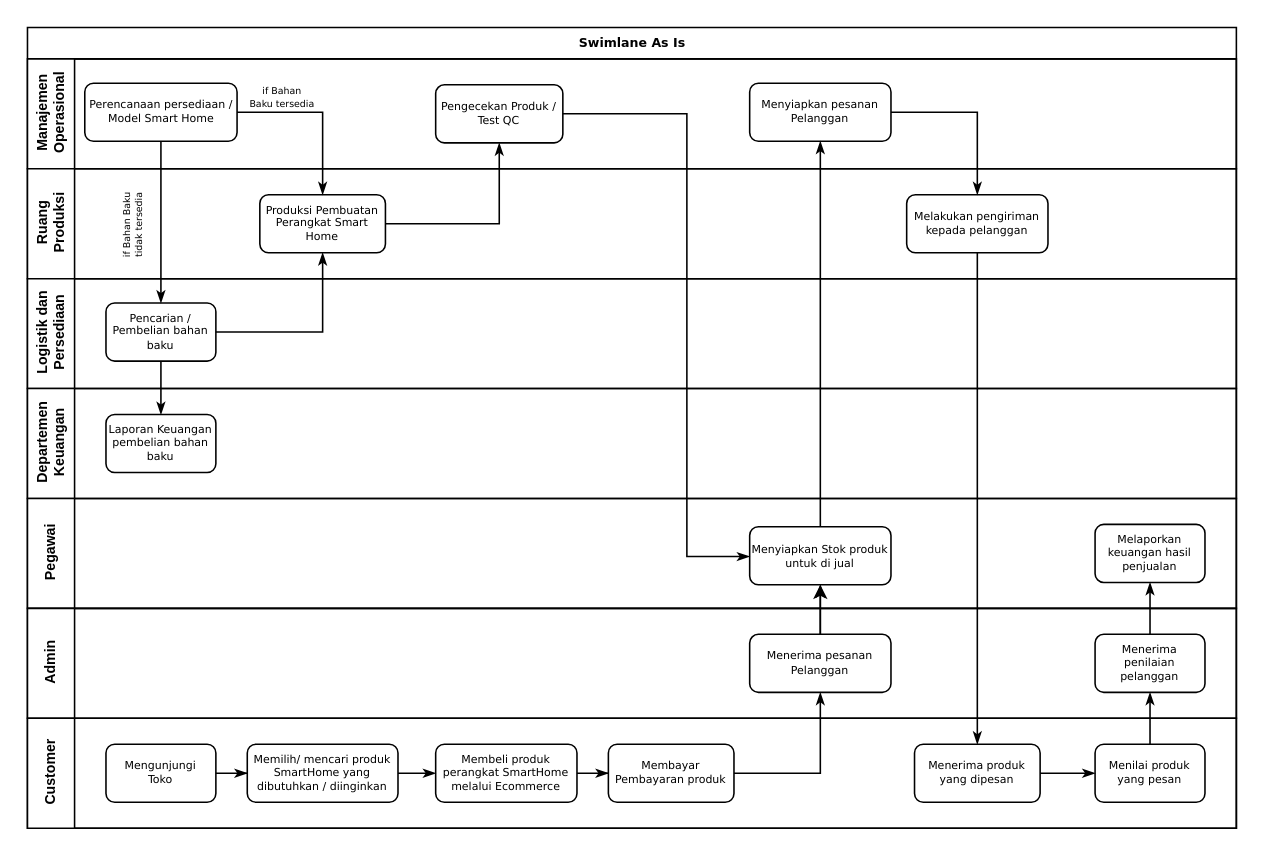
This is Swimlane As Is.drawio from AzfaHuwaiza/swimlane, a draw.io file, before an edit. Source tidied: cells renumbered, new cells numbered last; positions are measured from the earlier drawing's top-left corner, leaving out a move shared by most shapes. Both pictures are drawn from the tidied source at 157%, with x=0, y=0 at pixel (27, 27).
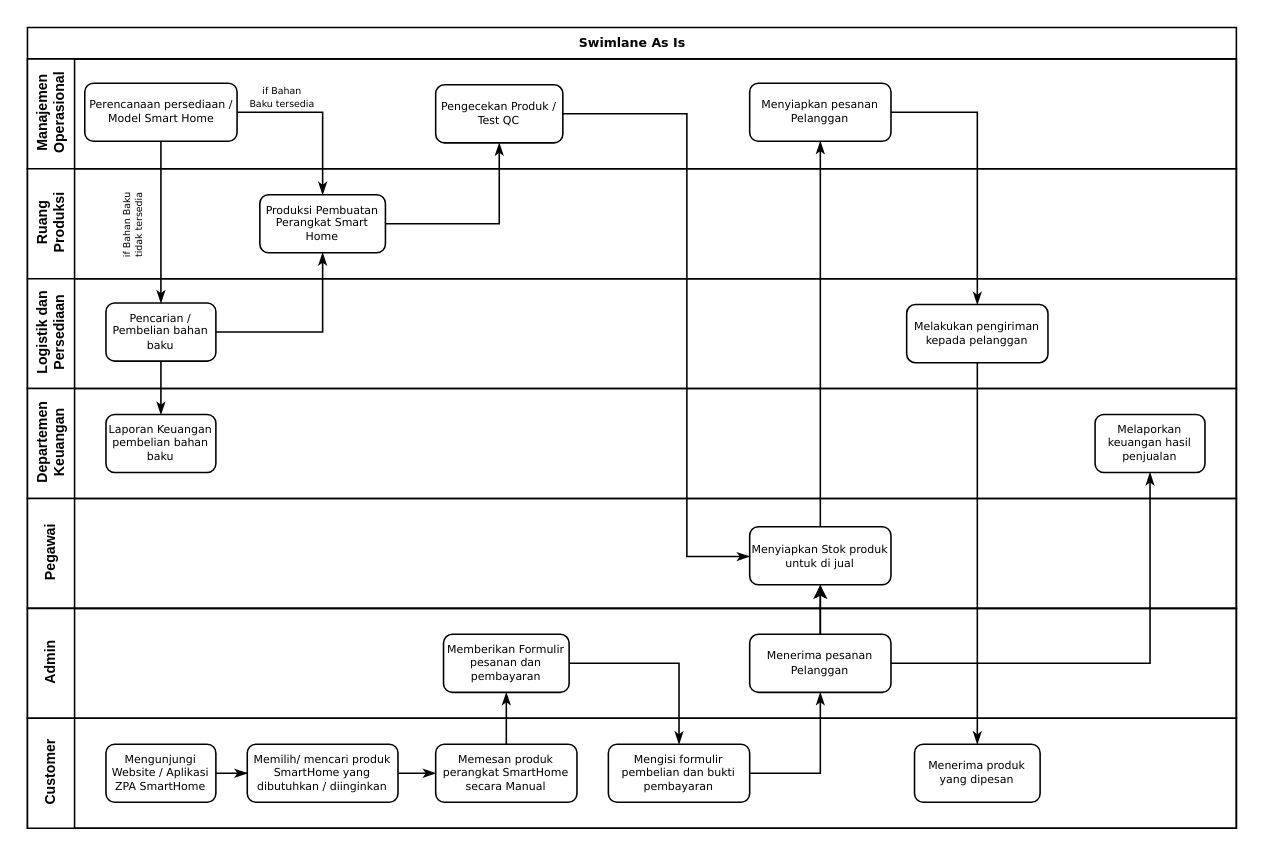
After the change.

The change refers to these unchanged cells:
```xml
<mxCell id="2" value="Swimlane As Is" style="swimlane;html=1;horizontal=1;startSize=20;rounded=0;shadow=0;labelBackgroundColor=none;strokeWidth=1;fontFamily=Verdana;fontSize=8;align=center;" parent="1" vertex="1">
  <mxGeometry width="770" height="510" as="geometry" />
</mxCell>
<mxCell id="7" value="Ruang&lt;br style=&quot;font-size: 9px;&quot;&gt;Produksi" style="swimlane;html=1;startSize=30;horizontal=0;fontSize=9;" parent="2" vertex="1">
  <mxGeometry y="90" width="770" height="70" as="geometry" />
</mxCell>
<mxCell id="10" value="Logistik dan&lt;br style=&quot;font-size: 9px;&quot;&gt;Persediaan" style="swimlane;html=1;startSize=30;horizontal=0;fontSize=9;" parent="2" vertex="1">
  <mxGeometry y="160" width="770" height="70" as="geometry" />
</mxCell>
<mxCell id="12" value="Departemen&lt;br style=&quot;border-color: var(--border-color);&quot;&gt;Keuangan" style="swimlane;html=1;startSize=30;horizontal=0;fontSize=9;" parent="2" vertex="1">
  <mxGeometry y="230" width="770" height="70" as="geometry" />
</mxCell>
<mxCell id="14" value="Pegawai" style="swimlane;html=1;startSize=30;horizontal=0;fontSize=9;" parent="2" vertex="1">
  <mxGeometry y="300" width="770" height="70" as="geometry" />
</mxCell>
<mxCell id="22" value="Admin" style="swimlane;html=1;startSize=30;horizontal=0;fontSize=9;" parent="2" vertex="1">
  <mxGeometry y="370" width="770" height="70" as="geometry" />
</mxCell>
<mxCell id="23" value="Menerima pesanan Pelanggan" style="rounded=1;whiteSpace=wrap;html=1;shadow=0;labelBackgroundColor=none;strokeWidth=1;fontFamily=Verdana;fontSize=7;align=center;" parent="22" vertex="1">
  <mxGeometry x="460" y="16.5" width="90" height="37" as="geometry" />
</mxCell>
<mxCell id="25" value="Customer" style="swimlane;html=1;startSize=30;horizontal=0;fontSize=9;" parent="2" vertex="1">
  <mxGeometry y="440" width="770" height="70" as="geometry" />
</mxCell>
<mxCell id="33" value="Menerima produk yang dipesan" style="rounded=1;whiteSpace=wrap;html=1;shadow=0;labelBackgroundColor=none;strokeWidth=1;fontFamily=Verdana;fontSize=7;align=center;" parent="25" vertex="1">
  <mxGeometry x="565" y="16.5" width="80" height="37" as="geometry" />
</mxCell>
```

Diff of the diagram source:
```diff
@@
-    <mxCell id="9" value="Melakukan pengiriman kepada pelanggan" style="rounded=1;whiteSpace=wrap;html=1;shadow=0;labelBackgroundColor=none;strokeWidth=1;fontFamily=Verdana;fontSize=7;align=center;" parent="7" vertex="1">
-      <mxGeometry x="560" y="16.5" width="90" height="37" as="geometry" />
-    </mxCell>
@@
+    <mxCell id="9" value="Melakukan pengiriman kepada pelanggan" style="rounded=1;whiteSpace=wrap;html=1;shadow=0;labelBackgroundColor=none;strokeWidth=1;fontFamily=Verdana;fontSize=7;align=center;" parent="10" vertex="1">
+      <mxGeometry x="560" y="16.5" width="90" height="37" as="geometry" />
+    </mxCell>
@@
+    <mxCell id="16" value="Melaporkan keuangan hasil penjualan" style="rounded=1;whiteSpace=wrap;html=1;shadow=0;labelBackgroundColor=none;strokeWidth=1;fontFamily=Verdana;fontSize=7;align=center;" parent="12" vertex="1">
+      <mxGeometry x="680" y="16.5" width="70" height="37" as="geometry" />
+    </mxCell>
@@
-    <mxCell id="16" value="Melaporkan keuangan hasil penjualan" style="rounded=1;whiteSpace=wrap;html=1;shadow=0;labelBackgroundColor=none;strokeWidth=1;fontFamily=Verdana;fontSize=7;align=center;" parent="14" vertex="1">
-      <mxGeometry x="680" y="16.5" width="70" height="37" as="geometry" />
-    </mxCell>
@@
-    <mxCell id="24" value="Menerima penilaian pelanggan" style="rounded=1;whiteSpace=wrap;html=1;shadow=0;labelBackgroundColor=none;strokeWidth=1;fontFamily=Verdana;fontSize=7;align=center;" parent="22" vertex="1">
-      <mxGeometry x="680" y="16.5" width="70" height="37" as="geometry" />
-    </mxCell>
+    <mxCell id="31" value="Memberikan Formulir pesanan dan pembayaran" style="rounded=1;whiteSpace=wrap;html=1;shadow=0;labelBackgroundColor=none;strokeWidth=1;fontFamily=Verdana;fontSize=7;align=center;" parent="22" vertex="1">
+      <mxGeometry x="265" y="16.5" width="80" height="37" as="geometry" />
+    </mxCell>
@@
-    <mxCell id="26" value="Mengunjungi&lt;br&gt;Toko" style="rounded=1;whiteSpace=wrap;html=1;shadow=0;labelBackgroundColor=none;strokeWidth=1;fontFamily=Verdana;fontSize=7;align=center;" parent="25" vertex="1">
+    <mxCell id="26" value="Mengunjungi&lt;br&gt;Website / Aplikasi ZPA SmartHome" style="rounded=1;whiteSpace=wrap;html=1;shadow=0;labelBackgroundColor=none;strokeWidth=1;fontFamily=Verdana;fontSize=7;align=center;" parent="25" vertex="1">
       <mxGeometry x="50" y="16.5" width="70" height="37" as="geometry" />
     </mxCell>
@@
-    <mxCell id="29" value="Membeli produk perangkat SmartHome melalui Ecommerce" style="rounded=1;whiteSpace=wrap;html=1;shadow=0;labelBackgroundColor=none;strokeWidth=1;fontFamily=Verdana;fontSize=7;align=center;" parent="25" vertex="1">
+    <mxCell id="29" value="Memesan produk perangkat SmartHome secara Manual" style="rounded=1;whiteSpace=wrap;html=1;shadow=0;labelBackgroundColor=none;strokeWidth=1;fontFamily=Verdana;fontSize=7;align=center;" parent="25" vertex="1">
       <mxGeometry x="260" y="16.5" width="90" height="37" as="geometry" />
     </mxCell>
@@
-    <mxCell id="31" value="Membayar Pembayaran produk" style="rounded=1;whiteSpace=wrap;html=1;shadow=0;labelBackgroundColor=none;strokeWidth=1;fontFamily=Verdana;fontSize=7;align=center;" parent="25" vertex="1">
-      <mxGeometry x="370" y="16.5" width="80" height="37" as="geometry" />
-    </mxCell>
-    <mxCell id="32" style="edgeStyle=orthogonalEdgeStyle;rounded=0;html=1;labelBackgroundColor=none;startArrow=none;startFill=0;startSize=5;endArrow=classicThin;endFill=1;endSize=5;jettySize=auto;strokeWidth=1;fontFamily=Verdana;fontSize=6;verticalAlign=middle;horizontal=0;" parent="25" edge="1" source="29" target="31">
-      <mxGeometry relative="1" as="geometry" />
-    </mxCell>
@@
-    <mxCell id="34" value="Menilai produk yang pesan" style="rounded=1;whiteSpace=wrap;html=1;shadow=0;labelBackgroundColor=none;strokeWidth=1;fontFamily=Verdana;fontSize=7;align=center;" parent="25" vertex="1">
-      <mxGeometry x="680" y="16.5" width="70" height="37" as="geometry" />
-    </mxCell>
-    <mxCell id="35" style="edgeStyle=orthogonalEdgeStyle;rounded=0;html=1;labelBackgroundColor=none;startArrow=none;startFill=0;startSize=5;endArrow=classicThin;endFill=1;endSize=5;jettySize=auto;strokeWidth=1;fontFamily=Verdana;fontSize=6;verticalAlign=middle;horizontal=0;" parent="25" edge="1" source="33" target="34">
-      <mxGeometry relative="1" as="geometry" />
-    </mxCell>
+    <mxCell id="45" value="Mengisi formulir pembelian dan bukti pembayaran" style="rounded=1;whiteSpace=wrap;html=1;shadow=0;labelBackgroundColor=none;strokeWidth=1;fontFamily=Verdana;fontSize=7;align=center;" parent="25" vertex="1">
+      <mxGeometry x="370" y="16.5" width="90" height="37" as="geometry" />
+    </mxCell>
@@
-    <mxCell id="39" style="edgeStyle=orthogonalEdgeStyle;rounded=0;html=1;labelBackgroundColor=none;startArrow=none;startFill=0;startSize=5;endArrow=classicThin;endFill=1;endSize=5;jettySize=auto;strokeWidth=1;fontFamily=Verdana;fontSize=6;verticalAlign=middle;horizontal=0;" parent="2" edge="1" source="31" target="23">
-      <mxGeometry relative="1" as="geometry">
-        <Array as="points">
-          <mxPoint x="505" y="475" />
-        </Array>
-      </mxGeometry>
-    </mxCell>
@@
-    <mxCell id="43" style="edgeStyle=orthogonalEdgeStyle;rounded=0;html=1;labelBackgroundColor=none;startArrow=none;startFill=0;startSize=5;endArrow=classicThin;endFill=1;endSize=5;jettySize=auto;strokeWidth=1;fontFamily=Verdana;fontSize=6;verticalAlign=middle;horizontal=0;" parent="2" edge="1" source="34" target="24">
-      <mxGeometry relative="1" as="geometry" />
-    </mxCell>
-    <mxCell id="44" style="edgeStyle=orthogonalEdgeStyle;rounded=0;html=1;labelBackgroundColor=none;startArrow=none;startFill=0;startSize=5;endArrow=classicThin;endFill=1;endSize=5;jettySize=auto;strokeWidth=1;fontFamily=Verdana;fontSize=6;verticalAlign=middle;horizontal=0;" parent="2" edge="1" source="24" target="16">
-      <mxGeometry relative="1" as="geometry" />
-    </mxCell>
+    <mxCell id="32" style="edgeStyle=orthogonalEdgeStyle;rounded=0;html=1;labelBackgroundColor=none;startArrow=none;startFill=0;startSize=5;endArrow=classicThin;endFill=1;endSize=5;jettySize=auto;strokeWidth=1;fontFamily=Verdana;fontSize=6;verticalAlign=middle;horizontal=0;" parent="2" edge="1" source="29" target="31">
+      <mxGeometry relative="1" as="geometry" />
+    </mxCell>
+    <mxCell id="46" style="edgeStyle=orthogonalEdgeStyle;rounded=0;html=1;labelBackgroundColor=none;startArrow=none;startFill=0;startSize=5;endArrow=classicThin;endFill=1;endSize=5;jettySize=auto;strokeWidth=1;fontFamily=Verdana;fontSize=6;verticalAlign=middle;horizontal=0;entryX=0.5;entryY=0;entryDx=0;entryDy=0;" parent="2" edge="1" source="31" target="45">
+      <mxGeometry relative="1" as="geometry" />
+    </mxCell>
+    <mxCell id="47" style="edgeStyle=orthogonalEdgeStyle;rounded=0;html=1;labelBackgroundColor=none;startArrow=none;startFill=0;startSize=5;endArrow=classicThin;endFill=1;endSize=5;jettySize=auto;strokeWidth=1;fontFamily=Verdana;fontSize=6;verticalAlign=middle;horizontal=0;exitX=1;exitY=0.5;exitDx=0;exitDy=0;" parent="2" edge="1" source="45" target="23">
+      <mxGeometry relative="1" as="geometry" />
+    </mxCell>
+    <mxCell id="48" style="edgeStyle=orthogonalEdgeStyle;rounded=0;html=1;labelBackgroundColor=none;startArrow=none;startFill=0;startSize=5;endArrow=classicThin;endFill=1;endSize=5;jettySize=auto;strokeWidth=1;fontFamily=Verdana;fontSize=6;verticalAlign=middle;horizontal=0;entryX=0.5;entryY=1;entryDx=0;entryDy=0;exitX=1;exitY=0.5;exitDx=0;exitDy=0;" parent="2" edge="1" source="23" target="16">
+      <mxGeometry relative="1" as="geometry" />
+    </mxCell>
```
